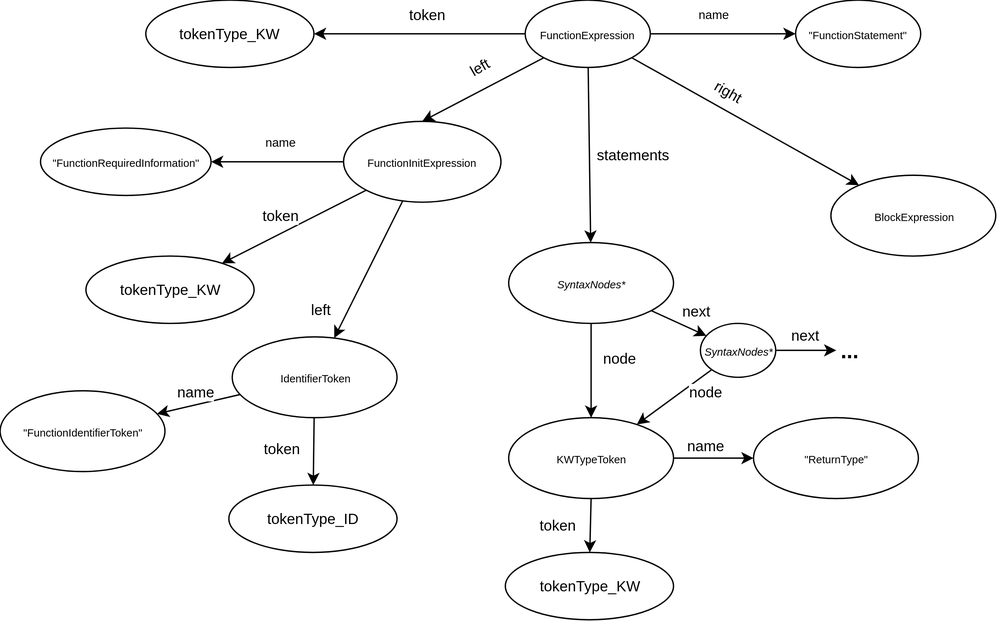
Above: docs/images/SyntaxTree/Node_FunctionExpression.svg in Mike6A/IFJ_2020 (draw.io), before the change. Source tidied: cells renumbered, new cells last; positions are measured from the earlier drawing's top-left corner, leaving out a move shared by most shapes.
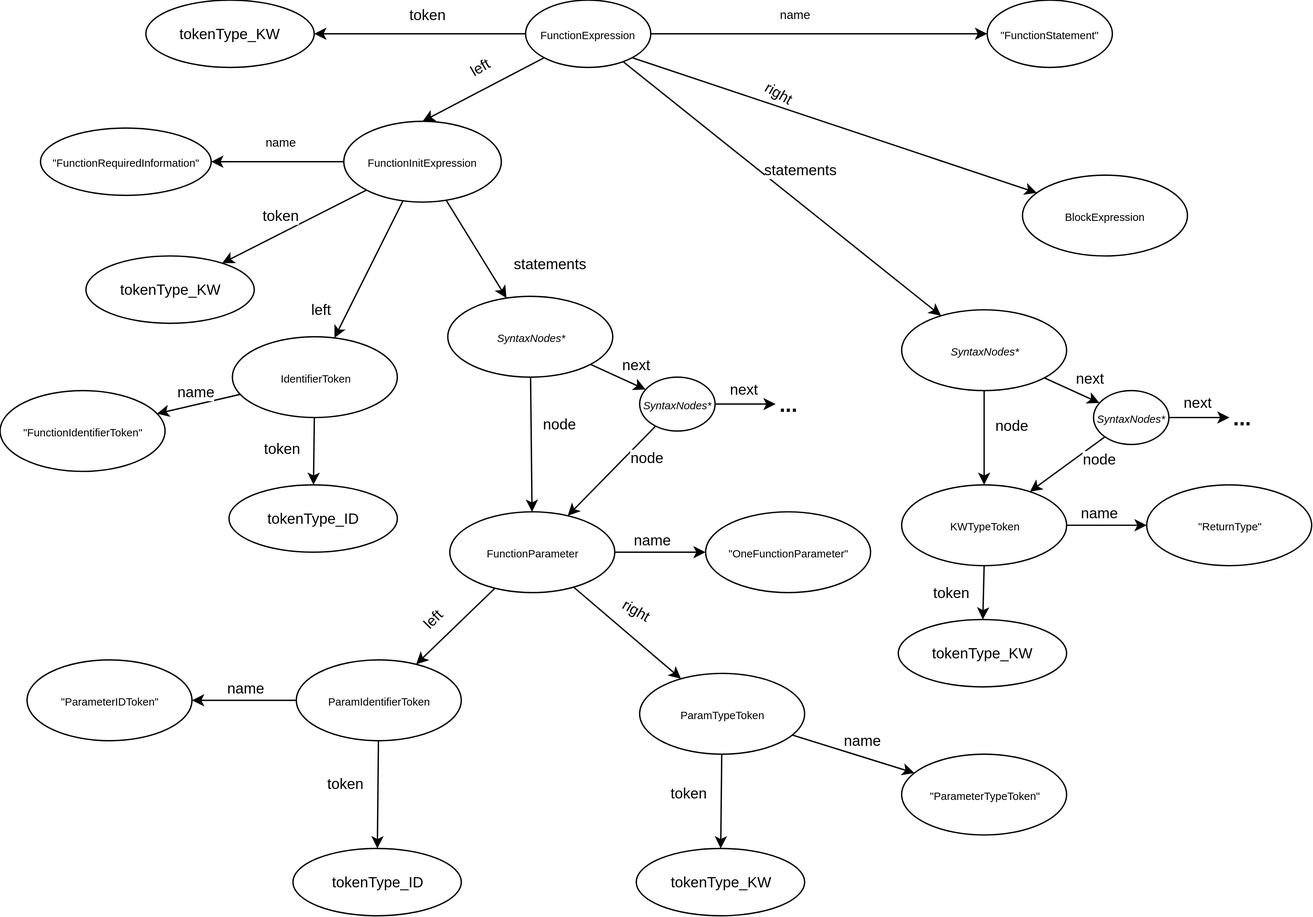
The same diagram one commit later.

Commit message:
Fixed wrong function docs.

Diff of the diagram source:
```diff
@@ -22,10 +22,10 @@
       </mxGeometry>
     </mxCell>
     <mxCell id="7" value="&lt;font style=&quot;font-size: 8px&quot;&gt;BlockExpression&lt;/font&gt;" style="ellipse;whiteSpace=wrap;html=1;strokeColor=#000000;strokeWidth=1;" parent="1" vertex="1">
-      <mxGeometry x="617.5" y="130" width="122.5" height="60" as="geometry" />
+      <mxGeometry x="759.3" y="130" width="122.5" height="60" as="geometry" />
     </mxCell>
     <mxCell id="8" value="&lt;font style=&quot;font-size: 8px&quot;&gt;&quot;FunctionStatement&quot;&lt;/font&gt;" style="ellipse;whiteSpace=wrap;html=1;strokeColor=#000000;strokeWidth=1;" parent="1" vertex="1">
-      <mxGeometry x="591.2" width="93" height="50" as="geometry" />
+      <mxGeometry x="733.1" width="93" height="50" as="geometry" />
     </mxCell>
     <mxCell id="9" value="&lt;font&gt;&lt;span style=&quot;font-size: 8px&quot;&gt;FunctionInitExpression&lt;/span&gt;&lt;br&gt;&lt;/font&gt;" style="ellipse;whiteSpace=wrap;html=1;strokeColor=#000000;strokeWidth=1;" parent="1" vertex="1">
       <mxGeometry x="255.2" y="90" width="117" height="60" as="geometry" />
@@ -87,14 +87,14 @@
     </mxCell>
     <mxCell id="25" value="statements" style="edgeLabel;html=1;align=center;verticalAlign=middle;rotation=0;" parent="24" vertex="1">
       <mxGeometry x="-0.43" y="3" relative="1" as="geometry">
-        <mxPoint x="28.9" y="27.2" as="offset" />
+        <mxPoint x="60.7" y="28.1" as="offset" />
       </mxGeometry>
     </mxCell>
     <mxCell id="26" value="&lt;span style=&quot;font-size: 8px&quot;&gt;&lt;i&gt;SyntaxNodes*&lt;/i&gt;&lt;/span&gt;" style="ellipse;whiteSpace=wrap;html=1;strokeColor=#000000;strokeWidth=1;" parent="1" vertex="1">
-      <mxGeometry x="378" y="180" width="122.5" height="60" as="geometry" />
+      <mxGeometry x="669.6" y="230" width="122.5" height="60" as="geometry" />
     </mxCell>
     <mxCell id="27" value="&lt;span style=&quot;font-size: 8px&quot;&gt;KWTypeToken&lt;/span&gt;" style="ellipse;whiteSpace=wrap;html=1;strokeColor=#000000;strokeWidth=1;" parent="1" vertex="1">
-      <mxGeometry x="378" y="310" width="122.5" height="60" as="geometry" />
+      <mxGeometry x="669.6" y="360" width="122.5" height="60" as="geometry" />
     </mxCell>
     <mxCell id="28" style="endArrow=classic;html=1;fillColor=#ffffff;" parent="1" edge="1" source="26" target="27">
       <mxGeometry relative="1" as="geometry" />
@@ -105,7 +105,7 @@
       </mxGeometry>
     </mxCell>
     <mxCell id="30" value="&lt;span style=&quot;font-size: 8px&quot;&gt;&quot;ReturnType&lt;/span&gt;&lt;span style=&quot;font-size: 8px&quot;&gt;&quot;&lt;/span&gt;" style="ellipse;whiteSpace=wrap;html=1;strokeColor=#000000;strokeWidth=1;" parent="1" vertex="1">
-      <mxGeometry x="560" y="310" width="122.5" height="60" as="geometry" />
+      <mxGeometry x="851.6" y="360" width="122.5" height="60" as="geometry" />
     </mxCell>
     <mxCell id="31" style="endArrow=classic;html=1;fillColor=#ffffff;" parent="1" edge="1" source="27" target="30">
       <mxGeometry relative="1" as="geometry" />
@@ -116,7 +116,7 @@
       </mxGeometry>
     </mxCell>
     <mxCell id="33" value="&lt;font style=&quot;font-size: 11px&quot;&gt;tokenType_KW&lt;/font&gt;" style="ellipse;whiteSpace=wrap;html=1;strokeColor=#000000;strokeWidth=1;" parent="1" vertex="1">
-      <mxGeometry x="375.5" y="410" width="125" height="50" as="geometry" />
+      <mxGeometry x="667.1" y="460" width="125" height="50" as="geometry" />
     </mxCell>
     <mxCell id="34" style="endArrow=classic;html=1;fillColor=#ffffff;" parent="1" edge="1" source="27" target="33">
       <mxGeometry relative="1" as="geometry" />
@@ -127,7 +127,7 @@
       </mxGeometry>
     </mxCell>
     <mxCell id="36" value="&lt;span style=&quot;font-size: 8px&quot;&gt;&lt;i&gt;SyntaxNodes*&lt;/i&gt;&lt;/span&gt;" style="ellipse;whiteSpace=wrap;html=1;strokeColor=#000000;strokeWidth=1;" parent="1" vertex="1">
-      <mxGeometry x="520.5" y="240" width="56" height="40" as="geometry" />
+      <mxGeometry x="812.1" y="290" width="56" height="40" as="geometry" />
     </mxCell>
     <mxCell id="37" style="endArrow=classic;html=1;fillColor=#ffffff;" parent="1" edge="1" source="26" target="36">
       <mxGeometry relative="1" as="geometry" />
@@ -154,7 +154,7 @@
       </mxGeometry>
     </mxCell>
     <mxCell id="43" value="&lt;b&gt;&lt;font style=&quot;font-size: 16px&quot;&gt;...&lt;/font&gt;&lt;/b&gt;" style="text;html=1;strokeColor=none;fillColor=none;align=center;verticalAlign=middle;whiteSpace=wrap;rounded=0;" parent="1" vertex="1">
-      <mxGeometry x="621.5" y="250" width="18.5" height="20" as="geometry" />
+      <mxGeometry x="913.1" y="300" width="18.5" height="20" as="geometry" />
     </mxCell>
     <mxCell id="44" value="&lt;span style=&quot;font-size: 8px&quot;&gt;&quot;&lt;/span&gt;&lt;span style=&quot;font-size: 8px&quot;&gt;FunctionIdentifierToken&quot;&lt;/span&gt;" style="ellipse;whiteSpace=wrap;html=1;strokeColor=#000000;strokeWidth=1;" parent="1" vertex="1">
       <mxGeometry y="290" width="122.5" height="60" as="geometry" />
@@ -178,5 +178,134 @@
         <mxPoint x="-28" y="8.2" as="offset" />
       </mxGeometry>
     </mxCell>
+    <mxCell id="50" value="&lt;span style=&quot;font-size: 8px&quot;&gt;&lt;i&gt;SyntaxNodes*&lt;/i&gt;&lt;/span&gt;" style="ellipse;whiteSpace=wrap;html=1;strokeColor=#000000;strokeWidth=1;" parent="1" vertex="1">
+      <mxGeometry x="332.5" y="220" width="122.5" height="60" as="geometry" />
+    </mxCell>
+    <mxCell id="51" style="endArrow=classic;html=1;fillColor=#ffffff;" parent="1" edge="1" source="50" target="63">
+      <mxGeometry relative="1" as="geometry" />
+    </mxCell>
+    <mxCell id="52" value="node" style="edgeLabel;html=1;align=center;verticalAlign=middle;rotation=0;" parent="51" vertex="1">
+      <mxGeometry x="-0.43" y="3" relative="1" as="geometry">
+        <mxPoint x="17" y="5.7" as="offset" />
+      </mxGeometry>
+    </mxCell>
+    <mxCell id="53" value="&lt;span style=&quot;font-size: 8px&quot;&gt;&lt;i&gt;SyntaxNodes*&lt;/i&gt;&lt;/span&gt;" style="ellipse;whiteSpace=wrap;html=1;strokeColor=#000000;strokeWidth=1;" parent="1" vertex="1">
+      <mxGeometry x="475" y="280" width="56" height="40" as="geometry" />
+    </mxCell>
+    <mxCell id="54" style="endArrow=classic;html=1;fillColor=#ffffff;" parent="1" edge="1" source="50" target="53">
+      <mxGeometry relative="1" as="geometry" />
+    </mxCell>
+    <mxCell id="55" value="next" style="edgeLabel;html=1;align=center;verticalAlign=middle;rotation=0;" parent="54" vertex="1">
+      <mxGeometry x="-0.43" y="3" relative="1" as="geometry">
+        <mxPoint x="19.6" y="-3.1" as="offset" />
+      </mxGeometry>
+    </mxCell>
+    <mxCell id="56" style="endArrow=classic;html=1;fillColor=#ffffff;" parent="1" edge="1" source="53" target="63">
+      <mxGeometry relative="1" as="geometry" />
+    </mxCell>
+    <mxCell id="57" value="node" style="edgeLabel;html=1;align=center;verticalAlign=middle;rotation=0;" parent="56" vertex="1">
+      <mxGeometry x="-0.43" y="3" relative="1" as="geometry">
+        <mxPoint x="9" y="1.5" as="offset" />
+      </mxGeometry>
+    </mxCell>
+    <mxCell id="58" style="endArrow=classic;html=1;fillColor=#ffffff;" parent="1" edge="1" source="53" target="60">
+      <mxGeometry relative="1" as="geometry" />
+    </mxCell>
+    <mxCell id="59" value="next" style="edgeLabel;html=1;align=center;verticalAlign=middle;rotation=0;" parent="58" vertex="1">
+      <mxGeometry x="-0.43" y="3" relative="1" as="geometry">
+        <mxPoint x="7.7" y="-8.1" as="offset" />
+      </mxGeometry>
+    </mxCell>
+    <mxCell id="60" value="&lt;b&gt;&lt;font style=&quot;font-size: 16px&quot;&gt;...&lt;/font&gt;&lt;/b&gt;" style="text;html=1;strokeColor=none;fillColor=none;align=center;verticalAlign=middle;whiteSpace=wrap;rounded=0;" parent="1" vertex="1">
+      <mxGeometry x="576" y="290" width="18.5" height="20" as="geometry" />
+    </mxCell>
+    <mxCell id="61" style="endArrow=classic;html=1;fillColor=#ffffff;" parent="1" edge="1" source="9" target="50">
+      <mxGeometry relative="1" as="geometry" />
+    </mxCell>
+    <mxCell id="62" value="statements" style="edgeLabel;html=1;align=center;verticalAlign=middle;rotation=0;" parent="61" vertex="1">
+      <mxGeometry x="-0.43" y="3" relative="1" as="geometry">
+        <mxPoint x="60.7" y="28.1" as="offset" />
+      </mxGeometry>
+    </mxCell>
+    <mxCell id="63" value="&lt;font style=&quot;font-size: 8px&quot;&gt;FunctionParameter&lt;/font&gt;" style="ellipse;whiteSpace=wrap;html=1;strokeColor=#000000;strokeWidth=1;" parent="1" vertex="1">
+      <mxGeometry x="334" y="380" width="122.5" height="60" as="geometry" />
+    </mxCell>
+    <mxCell id="64" value="&lt;font style=&quot;font-size: 8px&quot;&gt;ParamIdentifierToken&lt;/font&gt;" style="ellipse;whiteSpace=wrap;html=1;strokeColor=#000000;strokeWidth=1;" parent="1" vertex="1">
+      <mxGeometry x="220" y="490" width="122.5" height="60" as="geometry" />
+    </mxCell>
+    <mxCell id="65" value="&lt;font style=&quot;font-size: 8px&quot;&gt;ParamTypeToken&lt;/font&gt;" style="ellipse;whiteSpace=wrap;html=1;strokeColor=#000000;strokeWidth=1;" parent="1" vertex="1">
+      <mxGeometry x="475" y="500" width="122.5" height="60" as="geometry" />
+    </mxCell>
+    <mxCell id="66" value="&lt;font style=&quot;font-size: 8px&quot;&gt;&quot;OneFunctionParameter&quot;&lt;/font&gt;" style="ellipse;whiteSpace=wrap;html=1;strokeColor=#000000;strokeWidth=1;" parent="1" vertex="1">
+      <mxGeometry x="524" y="380" width="122.5" height="60" as="geometry" />
+    </mxCell>
+    <mxCell id="67" style="endArrow=classic;html=1;fillColor=#ffffff;" parent="1" edge="1" source="63" target="65">
+      <mxGeometry relative="1" as="geometry" />
+    </mxCell>
+    <mxCell id="68" value="right" style="edgeLabel;html=1;align=center;verticalAlign=middle;rotation=30;" parent="67" vertex="1">
+      <mxGeometry x="-0.43" y="3" relative="1" as="geometry">
+        <mxPoint x="21.3" y="-0.4" as="offset" />
+      </mxGeometry>
+    </mxCell>
+    <mxCell id="69" style="endArrow=classic;html=1;fillColor=#ffffff;" parent="1" edge="1" source="63" target="64">
+      <mxGeometry relative="1" as="geometry" />
+    </mxCell>
+    <mxCell id="70" value="left" style="edgeLabel;html=1;align=center;verticalAlign=middle;rotation=-45;" parent="69" vertex="1">
+      <mxGeometry x="-0.43" y="3" relative="1" as="geometry">
+        <mxPoint x="-32.7" y="4.9" as="offset" />
+      </mxGeometry>
+    </mxCell>
+    <mxCell id="71" style="endArrow=classic;html=1;fillColor=#ffffff;" parent="1" edge="1" source="63" target="66">
+      <mxGeometry relative="1" as="geometry" />
+    </mxCell>
+    <mxCell id="72" value="name" style="edgeLabel;html=1;align=center;verticalAlign=middle;rotation=0;" parent="71" vertex="1">
+      <mxGeometry x="-0.43" y="3" relative="1" as="geometry">
+        <mxPoint x="7.6" y="-7" as="offset" />
+      </mxGeometry>
+    </mxCell>
+    <mxCell id="73" value="&lt;span style=&quot;font-size: 8px&quot;&gt;&quot;&lt;/span&gt;&lt;span style=&quot;font-size: 8px&quot;&gt;ParameterIDToken&quot;&lt;/span&gt;" style="ellipse;whiteSpace=wrap;html=1;strokeColor=#000000;strokeWidth=1;" parent="1" vertex="1">
+      <mxGeometry x="20" y="490" width="122.5" height="60" as="geometry" />
+    </mxCell>
+    <mxCell id="74" style="endArrow=classic;html=1;fillColor=#ffffff;" parent="1" edge="1" source="64" target="73">
+      <mxGeometry relative="1" as="geometry" />
+    </mxCell>
+    <mxCell id="75" value="name" style="edgeLabel;html=1;align=center;verticalAlign=middle;rotation=0;" parent="74" vertex="1">
+      <mxGeometry x="-0.43" y="3" relative="1" as="geometry">
+        <mxPoint x="-16.6" y="-13" as="offset" />
+      </mxGeometry>
+    </mxCell>
+    <mxCell id="76" value="&lt;span style=&quot;font-size: 8px&quot;&gt;&quot;&lt;/span&gt;&lt;span style=&quot;font-size: 8px&quot;&gt;ParameterTypeToken&quot;&lt;/span&gt;" style="ellipse;whiteSpace=wrap;html=1;strokeColor=#000000;strokeWidth=1;" parent="1" vertex="1">
+      <mxGeometry x="669.6" y="560" width="122.5" height="60" as="geometry" />
+    </mxCell>
+    <mxCell id="77" style="endArrow=classic;html=1;fillColor=#ffffff;" parent="1" edge="1" source="65" target="76">
+      <mxGeometry relative="1" as="geometry" />
+    </mxCell>
+    <mxCell id="78" value="name" style="edgeLabel;html=1;align=center;verticalAlign=middle;rotation=0;" parent="77" vertex="1">
+      <mxGeometry x="-0.43" y="3" relative="1" as="geometry">
+        <mxPoint x="24.6" y="-1.1" as="offset" />
+      </mxGeometry>
+    </mxCell>
+    <mxCell id="79" value="&lt;font style=&quot;font-size: 11px&quot;&gt;tokenType_ID&lt;/font&gt;" style="ellipse;whiteSpace=wrap;html=1;strokeColor=#000000;strokeWidth=1;" parent="1" vertex="1">
+      <mxGeometry x="217.5" y="630" width="125" height="50" as="geometry" />
+    </mxCell>
+    <mxCell id="80" style="endArrow=classic;html=1;fillColor=#ffffff;" parent="1" edge="1" source="64" target="79">
+      <mxGeometry relative="1" as="geometry" />
+    </mxCell>
+    <mxCell id="81" value="token" style="edgeLabel;html=1;align=center;verticalAlign=middle;rotation=0;" parent="80" vertex="1">
+      <mxGeometry x="-0.43" y="3" relative="1" as="geometry">
+        <mxPoint x="-28" y="8.2" as="offset" />
+      </mxGeometry>
+    </mxCell>
+    <mxCell id="82" value="&lt;font style=&quot;font-size: 11px&quot;&gt;tokenType_KW&lt;/font&gt;" style="ellipse;whiteSpace=wrap;html=1;strokeColor=#000000;strokeWidth=1;" parent="1" vertex="1">
+      <mxGeometry x="472.5" y="630" width="125" height="50" as="geometry" />
+    </mxCell>
+    <mxCell id="83" style="endArrow=classic;html=1;fillColor=#ffffff;" parent="1" edge="1" source="65" target="82">
+      <mxGeometry relative="1" as="geometry" />
+    </mxCell>
+    <mxCell id="84" value="token" style="edgeLabel;html=1;align=center;verticalAlign=middle;rotation=0;" parent="83" vertex="1">
+      <mxGeometry x="-0.43" y="3" relative="1" as="geometry">
+        <mxPoint x="-28" y="8.2" as="offset" />
+      </mxGeometry>
+    </mxCell>
   </root>
 </mxGraphModel>
```
